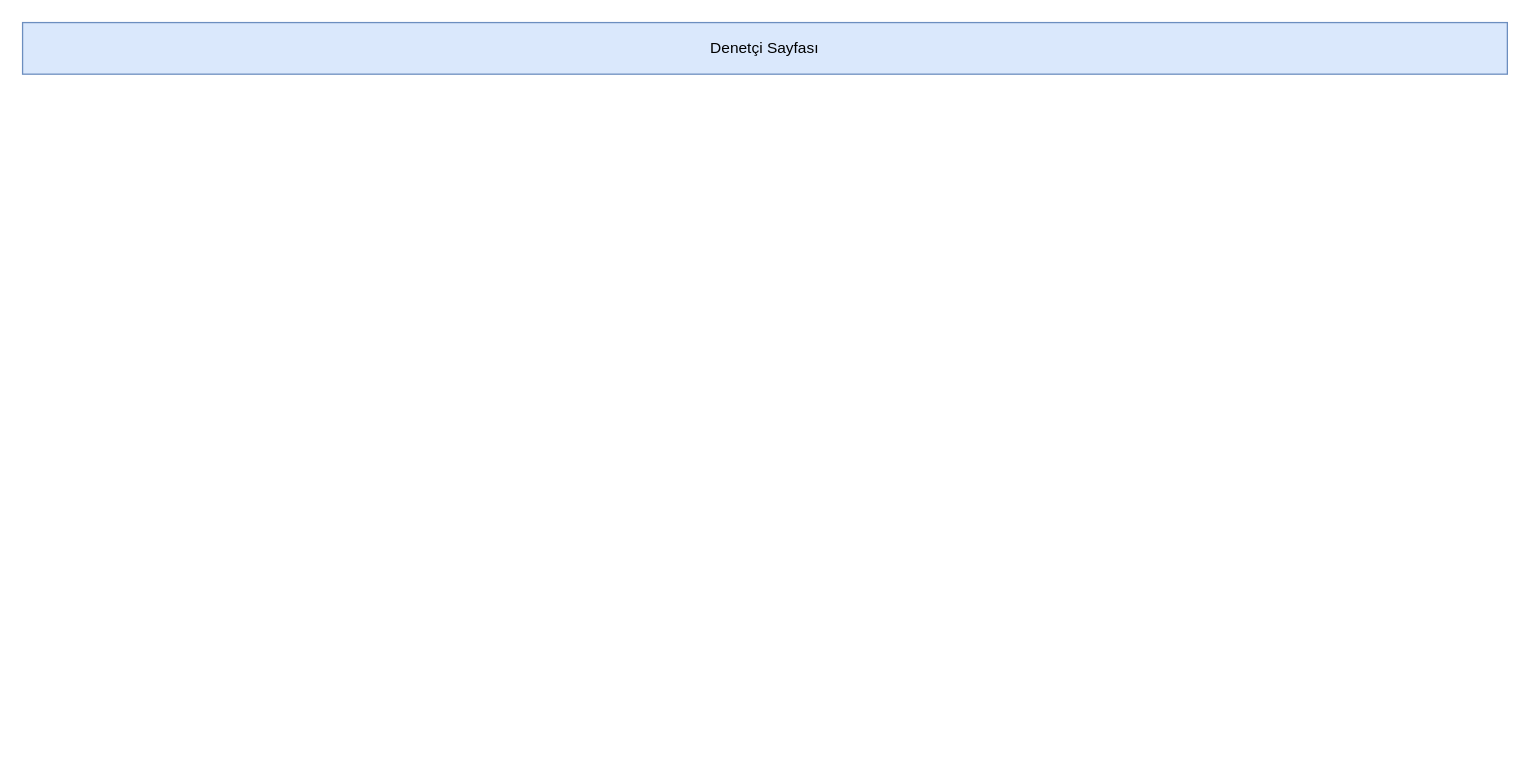
Above: page "DenetimPlanlama" (4 of 4) of Defining Pages.drawio in baydioglu/draw.io (draw.io), before the change. Source tidied: cells renumbered, new cells numbered last; positions are measured from the earlier drawing's top-left corner, leaving out a move shared by most shapes. Both pictures are drawn from the tidied source at 129%, with x=0, y=0 at pixel (22, 22). Pictures stored in the file or linked from it are replaced by grey dashed boxes.
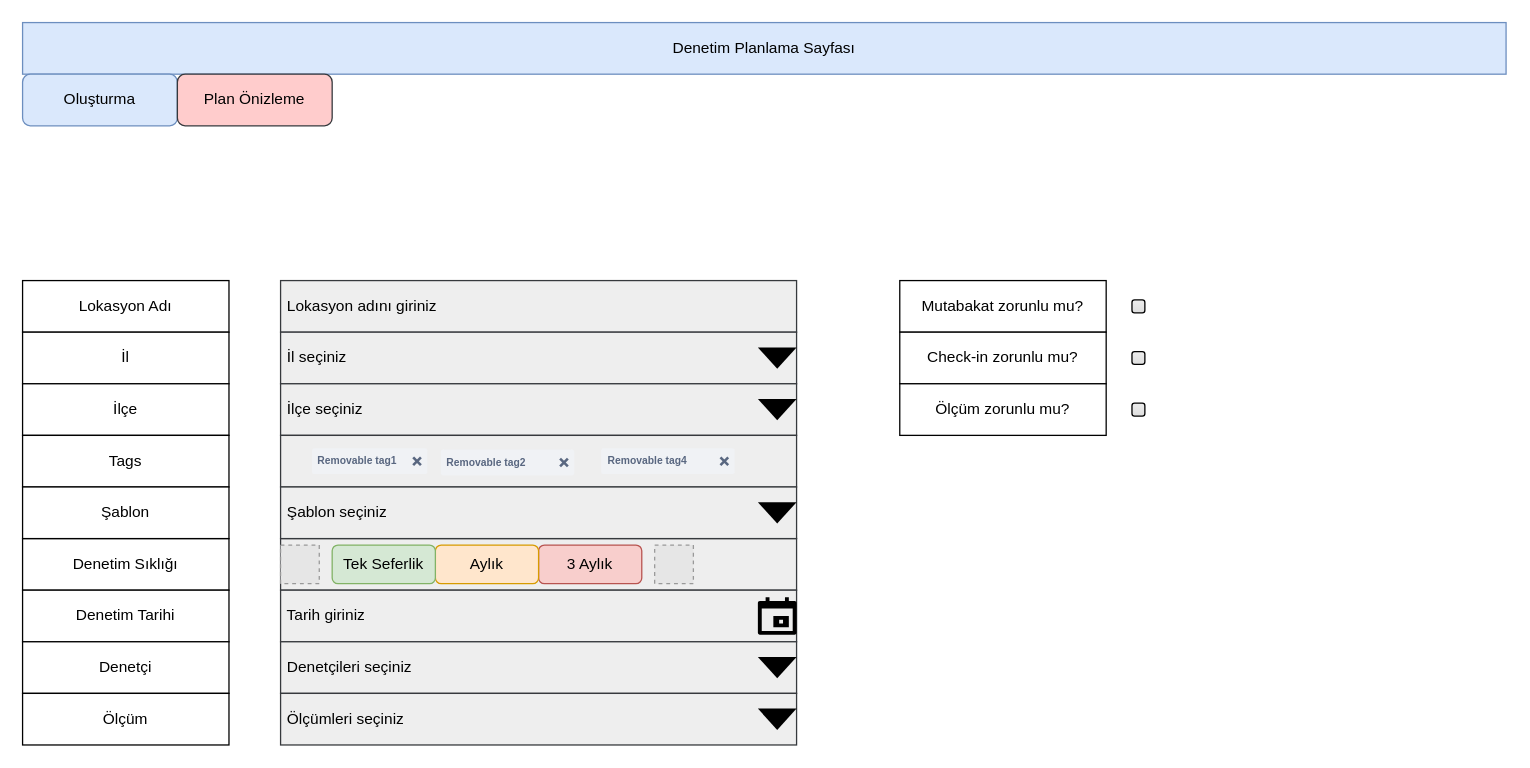
After the change.

Diff of the diagram source:
```diff
@@
+    <mxCell id="3" style="rounded=0;html=1;shadow=0;fillColor=#eeeeee;strokeColor=#36393d;align=left;" parent="1" vertex="1">
+      <mxGeometry x="200" y="400" width="400" height="40" as="geometry" />
+    </mxCell>
+    <mxCell id="4" value="&lt;span style=&quot;white-space: pre;&quot;&gt; &lt;/span&gt;Lokasyon adını giriniz" style="rounded=0;whiteSpace=wrap;html=1;shadow=0;fillColor=#eeeeee;strokeColor=#36393d;align=left;" parent="1" vertex="1">
+      <mxGeometry x="200" y="200" width="400" height="40" as="geometry" />
+    </mxCell>
+    <mxCell id="5" value="&lt;span style=&quot;white-space: pre;&quot;&gt; &lt;/span&gt;İl seçiniz" style="rounded=0;whiteSpace=wrap;html=1;shadow=0;fillColor=#eeeeee;strokeColor=#36393d;align=left;" parent="1" vertex="1">
+      <mxGeometry x="200" y="240" width="400" height="40" as="geometry" />
+    </mxCell>
+    <mxCell id="6" value="&lt;span style=&quot;white-space: pre;&quot;&gt; &lt;/span&gt;İlçe seçiniz" style="rounded=0;html=1;shadow=0;fillColor=#eeeeee;strokeColor=#36393d;align=left;" parent="1" vertex="1">
+      <mxGeometry x="200" y="280" width="400" height="40" as="geometry" />
+    </mxCell>
+    <mxCell id="7" style="rounded=0;whiteSpace=wrap;html=1;shadow=0;fillColor=#eeeeee;strokeColor=#36393d;" parent="1" vertex="1">
+      <mxGeometry x="200" y="320" width="400" height="40" as="geometry" />
+    </mxCell>
-    <mxCell id="2" value="Denetçi Sayfası" style="rounded=0;whiteSpace=wrap;html=1;fillColor=#dae8fc;strokeColor=#6c8ebf;" parent="1" vertex="1">
-      <mxGeometry width="1151" height="40" as="geometry" />
+    <mxCell id="2" value="Denetim Planlama Sayfası" style="rounded=0;whiteSpace=wrap;html=1;fillColor=#dae8fc;strokeColor=#6c8ebf;" parent="1" vertex="1">
+      <mxGeometry width="1150" height="40" as="geometry" />
     </mxCell>
+    <mxCell id="8" value="Oluşturma" style="rounded=1;whiteSpace=wrap;html=1;fillColor=#dae8fc;strokeColor=#6c8ebf;" parent="1" vertex="1">
+      <mxGeometry y="40" width="120" height="40" as="geometry" />
+    </mxCell>
+    <mxCell id="9" value="Plan Önizleme" style="rounded=1;whiteSpace=wrap;html=1;fillColor=#ffcccc;strokeColor=#36393d;" parent="1" vertex="1">
+      <mxGeometry x="120" y="40" width="120" height="40" as="geometry" />
+    </mxCell>
+    <mxCell id="10" value="Denetim Sıklığı" style="rounded=0;whiteSpace=wrap;html=1;" parent="1" vertex="1">
+      <mxGeometry y="400" width="160" height="40" as="geometry" />
+    </mxCell>
+    <mxCell id="11" style="shape=triangle;direction=south;fillColor=#000000;strokeColor=none;html=1;sketch=0;" parent="1" vertex="1">
+      <mxGeometry x="570" y="251.8" width="30" height="16.5" as="geometry" />
+    </mxCell>
+    <mxCell id="12" style="shape=triangle;direction=south;fillColor=#000000;strokeColor=none;html=1;sketch=0;" parent="1" vertex="1">
+      <mxGeometry x="570" y="291.8" width="30" height="16.5" as="geometry" />
+    </mxCell>
+    <mxCell id="13" value="Lokasyon Adı" style="rounded=0;whiteSpace=wrap;html=1;" parent="1" vertex="1">
+      <mxGeometry y="200" width="160" height="40" as="geometry" />
+    </mxCell>
+    <mxCell id="14" value="İl" style="rounded=0;whiteSpace=wrap;html=1;" parent="1" vertex="1">
+      <mxGeometry y="240" width="160" height="40" as="geometry" />
+    </mxCell>
+    <mxCell id="15" value="İlçe" style="rounded=0;whiteSpace=wrap;html=1;" parent="1" vertex="1">
+      <mxGeometry y="280" width="160" height="40" as="geometry" />
+    </mxCell>
+    <mxCell id="16" value="Tags" style="rounded=0;whiteSpace=wrap;html=1;" parent="1" vertex="1">
+      <mxGeometry y="320" width="160" height="40" as="geometry" />
+    </mxCell>
+    <mxCell id="17" value="Şablon" style="rounded=0;whiteSpace=wrap;html=1;" parent="1" vertex="1">
+      <mxGeometry y="360" width="160" height="40" as="geometry" />
+    </mxCell>
+    <mxCell id="18" value="3 Aylık" style="rounded=1;whiteSpace=wrap;html=1;fillColor=#f8cecc;strokeColor=#b85450;" parent="1" vertex="1">
+      <mxGeometry x="400" y="405" width="80" height="30" as="geometry" />
+    </mxCell>
+    <mxCell id="19" value="Aylık" style="rounded=1;whiteSpace=wrap;html=1;fillColor=#ffe6cc;strokeColor=#d79b00;" parent="1" vertex="1">
+      <mxGeometry x="320" y="405" width="80" height="30" as="geometry" />
+    </mxCell>
+    <mxCell id="20" value="Tek Seferlik" style="rounded=1;whiteSpace=wrap;html=1;fillColor=#d5e8d4;strokeColor=#82b366;" parent="1" vertex="1">
+      <mxGeometry x="240" y="405" width="80" height="30" as="geometry" />
+    </mxCell>
+    <mxCell id="21" style="fillColor=#E6E6E6;strokeColor=#999999;dashed=1;html=1;verticalAlign=top;verticalLabelPosition=bottom;labelBackgroundColor=#ffffff;" parent="1" vertex="1">
+      <mxGeometry x="490" y="405" width="30" height="30" as="geometry" />
+    </mxCell>
+    <mxCell id="22" style="fillColor=#E6E6E6;strokeColor=#999999;dashed=1;html=1;verticalAlign=top;verticalLabelPosition=bottom;labelBackgroundColor=#ffffff;" parent="1" vertex="1">
+      <mxGeometry x="200" y="405" width="30" height="30" as="geometry" />
+    </mxCell>
+    <mxCell id="23" value="Denetim Tarihi" style="rounded=0;whiteSpace=wrap;html=1;" parent="1" vertex="1">
+      <mxGeometry y="440" width="160" height="40" as="geometry" />
+    </mxCell>
+    <mxCell id="24" value="Removable tag1" style="dashed=0;html=1;fillColor=#F0F2F5;strokeColor=none;align=left;rounded=1;arcSize=10;fontColor=#596780;fontStyle=1;fontSize=8;shadow=0;spacingLeft=3;" parent="1" vertex="1">
+      <mxGeometry x="224.4" y="330" width="89.4" height="20" as="geometry" />
+    </mxCell>
+    <mxCell id="25" style="html=1;shadow=0;dashed=0;shape=mxgraph.atlassian.x;strokeColor=#596780;strokeWidth=2;" parent="24" vertex="1">
+      <mxGeometry x="1" y="0.5" width="6" height="6" relative="1" as="geometry">
+        <mxPoint x="-11" y="-3" as="offset" />
+      </mxGeometry>
+    </mxCell>
+    <mxCell id="26" value="Removable tag4" style="dashed=0;html=1;fillColor=#F0F2F5;strokeColor=none;align=left;rounded=1;arcSize=10;fontColor=#596780;fontStyle=1;fontSize=8;shadow=0;spacingLeft=3;" parent="1" vertex="1">
+      <mxGeometry x="448.5" y="330" width="103.5" height="20" as="geometry" />
+    </mxCell>
+    <mxCell id="27" style="html=1;shadow=0;dashed=0;shape=mxgraph.atlassian.x;strokeColor=#596780;strokeWidth=2;" parent="26" vertex="1">
+      <mxGeometry x="1" y="0.5" width="6" height="6" relative="1" as="geometry">
+        <mxPoint x="-11" y="-3" as="offset" />
+      </mxGeometry>
+    </mxCell>
+    <mxCell id="28" value="Removable tag2" style="dashed=0;html=1;fillColor=#F0F2F5;strokeColor=none;align=left;rounded=1;arcSize=10;fontColor=#596780;fontStyle=1;fontSize=8;shadow=0;spacingLeft=3;" parent="1" vertex="1">
+      <mxGeometry x="324.2" y="331" width="103.5" height="20" as="geometry" />
+    </mxCell>
+    <mxCell id="29" style="html=1;shadow=0;dashed=0;shape=mxgraph.atlassian.x;strokeColor=#596780;strokeWidth=2;" parent="28" vertex="1">
+      <mxGeometry x="1" y="0.5" width="6" height="6" relative="1" as="geometry">
+        <mxPoint x="-11" y="-3" as="offset" />
+      </mxGeometry>
+    </mxCell>
+    <mxCell id="30" value="&lt;span style=&quot;white-space: pre;&quot;&gt; &lt;/span&gt;Tarih giriniz" style="rounded=0;html=1;shadow=0;fillColor=#eeeeee;strokeColor=#36393d;align=left;" parent="1" vertex="1">
+      <mxGeometry x="200" y="440" width="400" height="40" as="geometry" />
+    </mxCell>
+    <mxCell id="31" style="shape=mxgraph.gmdl.calendar;fillColor=#000000;strokeColor=none;sketch=0;hachureGap=4;fontFamily=Architects Daughter;fontSize=20;" parent="1" vertex="1">
+      <mxGeometry x="570" y="445.5" width="30" height="29" as="geometry" />
+    </mxCell>
+    <mxCell id="32" value="&lt;span style=&quot;white-space: pre;&quot;&gt; &lt;/span&gt;Şablon seçiniz" style="rounded=0;html=1;shadow=0;fillColor=#eeeeee;strokeColor=#36393d;align=left;" parent="1" vertex="1">
+      <mxGeometry x="200" y="360" width="400" height="40" as="geometry" />
+    </mxCell>
+    <mxCell id="33" value="Denetçi" style="rounded=0;whiteSpace=wrap;html=1;" parent="1" vertex="1">
+      <mxGeometry y="480" width="160" height="40" as="geometry" />
+    </mxCell>
+    <mxCell id="34" value="&lt;span style=&quot;white-space: pre;&quot;&gt; &lt;/span&gt;Denetçileri seçiniz" style="rounded=0;html=1;shadow=0;fillColor=#eeeeee;strokeColor=#36393d;align=left;" parent="1" vertex="1">
+      <mxGeometry x="200" y="480" width="400" height="40" as="geometry" />
+    </mxCell>
+    <mxCell id="35" style="shape=triangle;direction=south;fillColor=#000000;strokeColor=none;html=1;sketch=0;" parent="1" vertex="1">
+      <mxGeometry x="570" y="371.8" width="30" height="16.5" as="geometry" />
+    </mxCell>
+    <mxCell id="36" style="shape=triangle;direction=south;fillColor=#000000;strokeColor=none;html=1;sketch=0;" parent="1" vertex="1">
+      <mxGeometry x="570" y="491.8" width="30" height="16.5" as="geometry" />
+    </mxCell>
+    <mxCell id="37" value="Mutabakat zorunlu mu?" style="rounded=0;whiteSpace=wrap;html=1;" parent="1" vertex="1">
+      <mxGeometry x="680" y="200" width="160" height="40" as="geometry" />
+    </mxCell>
+    <mxCell id="38" value="Check-in zorunlu mu?" style="rounded=0;whiteSpace=wrap;html=1;" parent="1" vertex="1">
+      <mxGeometry x="680" y="240" width="160" height="40" as="geometry" />
+    </mxCell>
+    <mxCell id="39" value="Ölçüm zorunlu mu?" style="rounded=0;whiteSpace=wrap;html=1;" parent="1" vertex="1">
+      <mxGeometry x="680" y="280" width="160" height="40" as="geometry" />
+    </mxCell>
+    <mxCell id="40" style="html=1;shadow=0;dashed=0;shape=mxgraph.bootstrap.checkbox2;labelPosition=right;verticalLabelPosition=middle;align=left;verticalAlign=middle;gradientColor=#DEDEDE;fillColor=#EDEDED;checked=0;spacing=5;checkedFill=#0085FC;checkedStroke=#ffffff;sketch=0;" parent="1" vertex="1">
+      <mxGeometry x="860" y="215" width="10" height="10" as="geometry" />
+    </mxCell>
+    <mxCell id="41" style="html=1;shadow=0;dashed=0;shape=mxgraph.bootstrap.checkbox2;labelPosition=right;verticalLabelPosition=middle;align=left;verticalAlign=middle;gradientColor=#DEDEDE;fillColor=#EDEDED;checked=0;spacing=5;checkedFill=#0085FC;checkedStroke=#ffffff;sketch=0;" parent="1" vertex="1">
+      <mxGeometry x="860" y="255" width="10" height="10" as="geometry" />
+    </mxCell>
+    <mxCell id="42" style="html=1;shadow=0;dashed=0;shape=mxgraph.bootstrap.checkbox2;labelPosition=right;verticalLabelPosition=middle;align=left;verticalAlign=middle;gradientColor=#DEDEDE;fillColor=#EDEDED;checked=0;spacing=5;checkedFill=#0085FC;checkedStroke=#ffffff;sketch=0;" parent="1" vertex="1">
+      <mxGeometry x="860" y="295" width="10" height="10" as="geometry" />
+    </mxCell>
+    <mxCell id="43" value="Ölçüm" style="rounded=0;whiteSpace=wrap;html=1;" parent="1" vertex="1">
+      <mxGeometry y="520" width="160" height="40" as="geometry" />
+    </mxCell>
+    <mxCell id="44" value="&lt;span style=&quot;white-space: pre;&quot;&gt; &lt;/span&gt;Ölçümleri seçiniz" style="rounded=0;html=1;shadow=0;fillColor=#eeeeee;strokeColor=#36393d;align=left;" parent="1" vertex="1">
+      <mxGeometry x="200" y="520" width="400" height="40" as="geometry" />
+    </mxCell>
+    <mxCell id="45" style="shape=triangle;direction=south;fillColor=#000000;strokeColor=none;html=1;sketch=0;" parent="1" vertex="1">
+      <mxGeometry x="570" y="531.8" width="30" height="16.5" as="geometry" />
+    </mxCell>
```
